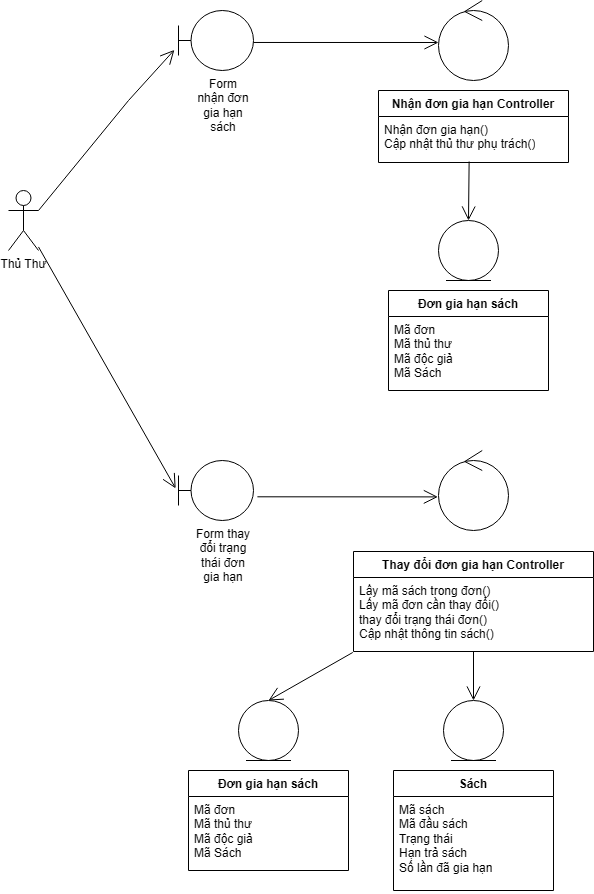
This is Class Diagram/Analysis Class Diagram/UC gia hạn sách/Actor thủ thư.drawio.png from kimcuongdev/LibrarySystemAD, a draw.io export, as it was before one commit. Source tidied: cells renumbered, new cells last; positions are measured from the earlier drawing's top-left corner, leaving out a move shared by most shapes.
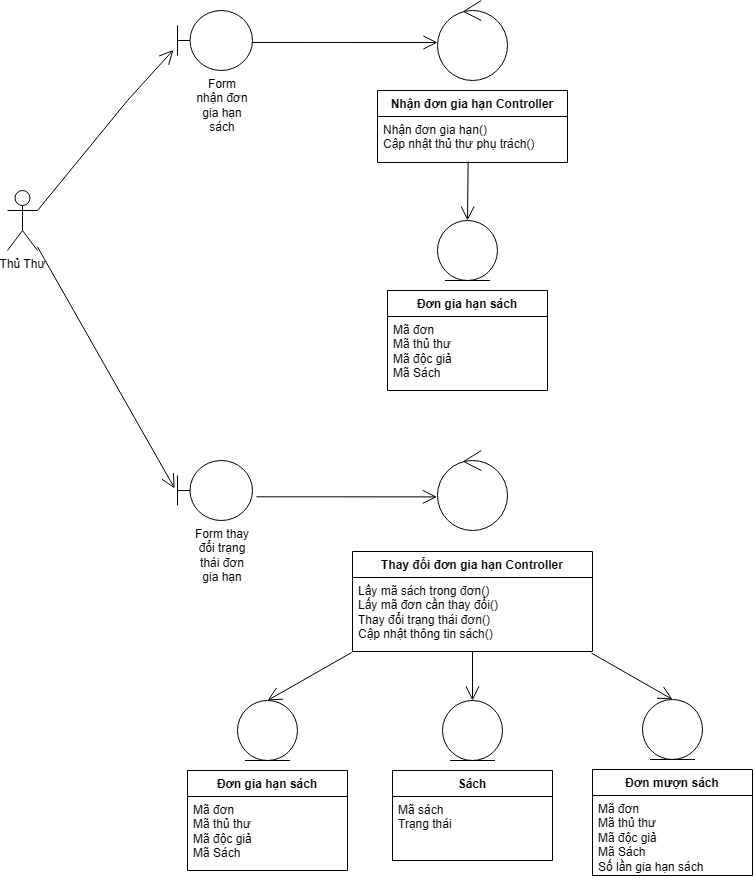
Above is the later version.

What changed in the source:
```diff
@@ -63,14 +63,14 @@
     <mxCell id="20" value="Thay đổi đơn gia hạn Controller" style="swimlane;fontStyle=1;align=center;verticalAlign=top;horizontal=1;startSize=26;whiteSpace=wrap;html=1;" parent="1" vertex="1">
       <mxGeometry x="345" y="551" width="240" height="100" as="geometry" />
     </mxCell>
-    <mxCell id="21" value="&lt;div&gt;Lấy mã sách trong đơn()&lt;/div&gt;&lt;div&gt;Lấy mã đơn cần thay đổi()&lt;/div&gt;&lt;div&gt;thay đổi trạng thái đơn()&lt;/div&gt;Cập nhật thông tin sách()&lt;div&gt;&lt;br&gt;&lt;/div&gt;" style="text;strokeColor=none;fillColor=none;align=left;verticalAlign=top;spacingLeft=4;spacingRight=4;overflow=hidden;points=[[0,0.5],[1,0.5]];portConstraint=eastwest;whiteSpace=wrap;html=1;" parent="20" vertex="1">
+    <mxCell id="21" value="&lt;div&gt;Lấy mã sách trong đơn()&lt;/div&gt;&lt;div&gt;Lấy mã đơn cần thay đổi()&lt;/div&gt;&lt;div&gt;Thay đổi trạng thái đơn()&lt;/div&gt;Cập nhật thông tin sách()&lt;div&gt;&lt;br&gt;&lt;/div&gt;" style="text;strokeColor=none;fillColor=none;align=left;verticalAlign=top;spacingLeft=4;spacingRight=4;overflow=hidden;points=[[0,0.5],[1,0.5]];portConstraint=eastwest;whiteSpace=wrap;html=1;" parent="20" vertex="1">
       <mxGeometry y="26" width="240" height="74" as="geometry" />
     </mxCell>
     <mxCell id="22" value="Sách" style="swimlane;fontStyle=1;align=center;verticalAlign=top;horizontal=1;startSize=26;whiteSpace=wrap;html=1;" parent="1" vertex="1">
-      <mxGeometry x="385" y="770" width="160" height="120" as="geometry" />
+      <mxGeometry x="385" y="770" width="160" height="90" as="geometry" />
     </mxCell>
-    <mxCell id="23" value="Mã sách&lt;div&gt;Mã đầu sách&lt;/div&gt;&lt;div&gt;&lt;div&gt;Trạng thái&lt;/div&gt;&lt;/div&gt;&lt;div&gt;Hạn trả sách&lt;/div&gt;&lt;div&gt;Số lần đã gia hạn&amp;nbsp;&lt;/div&gt;" style="text;strokeColor=none;fillColor=none;align=left;verticalAlign=top;spacingLeft=4;spacingRight=4;overflow=hidden;whiteSpace=wrap;html=1;" parent="22" vertex="1">
-      <mxGeometry y="26" width="160" height="94" as="geometry" />
+    <mxCell id="23" value="Mã sách&lt;div&gt;&lt;span style=&quot;background-color: transparent; color: light-dark(rgb(0, 0, 0), rgb(255, 255, 255));&quot;&gt;Trạng thái&lt;/span&gt;&lt;/div&gt;" style="text;strokeColor=none;fillColor=none;align=left;verticalAlign=top;spacingLeft=4;spacingRight=4;overflow=hidden;whiteSpace=wrap;html=1;" parent="22" vertex="1">
+      <mxGeometry y="26" width="160" height="64" as="geometry" />
     </mxCell>
     <mxCell id="24" style="endArrow=open;endFill=1;endSize=12;html=1;rounded=0;entryX=0.5;entryY=0;entryDx=0;entryDy=0;exitX=0.5;exitY=1.005;exitDx=0;exitDy=0;exitPerimeter=0;" parent="1" edge="1" source="21" target="25">
       <mxGeometry relative="1" as="geometry" />
@@ -90,5 +90,17 @@
     <mxCell id="29" style="ellipse;shape=umlEntity;whiteSpace=wrap;html=1;" parent="1" vertex="1">
       <mxGeometry x="230" y="700" width="60" height="60" as="geometry" />
     </mxCell>
+    <mxCell id="30" value="Đơn mượn sách" style="swimlane;fontStyle=1;align=center;verticalAlign=top;horizontal=1;startSize=26;whiteSpace=wrap;html=1;" parent="1" vertex="1">
+      <mxGeometry x="585" y="769" width="160" height="106" as="geometry" />
+    </mxCell>
+    <mxCell id="31" value="&lt;div&gt;Mã đơn&lt;/div&gt;Mã thủ thư&lt;div&gt;Mã độc giả&lt;/div&gt;&lt;div&gt;Mã Sách&lt;/div&gt;&lt;div&gt;Số lần gia hạn sách&lt;/div&gt;" style="text;strokeColor=none;fillColor=none;align=left;verticalAlign=top;spacingLeft=4;spacingRight=4;overflow=hidden;whiteSpace=wrap;html=1;" parent="30" vertex="1">
+      <mxGeometry y="26" width="160" height="80" as="geometry" />
+    </mxCell>
+    <mxCell id="32" style="endArrow=open;endFill=1;endSize=12;html=1;rounded=0;exitX=0.996;exitY=1.022;exitDx=0;exitDy=0;exitPerimeter=0;entryX=0.5;entryY=0;entryDx=0;entryDy=0;" parent="1" edge="1" source="21" target="33">
+      <mxGeometry relative="1" as="geometry" />
+    </mxCell>
+    <mxCell id="33" style="ellipse;shape=umlEntity;whiteSpace=wrap;html=1;" parent="1" vertex="1">
+      <mxGeometry x="635" y="699" width="60" height="60" as="geometry" />
+    </mxCell>
   </root>
 </mxGraphModel>
```
